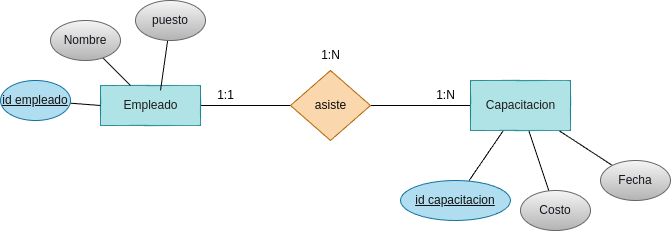
Earlier version of the draw.io export tareas/tarea-3/images/ejercicio10.drawio.png (betancorge/base-datos-2). Source tidied: cells renumbered, new cells last; positions are measured from the earlier drawing's top-left corner, leaving out a move shared by most shapes.
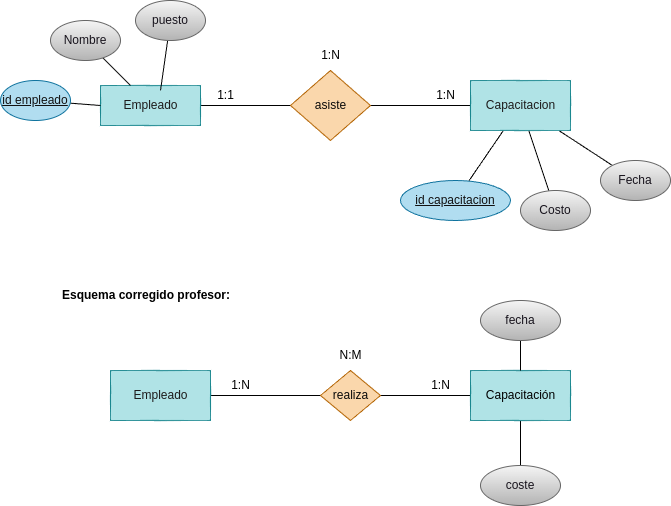
Later version of the same file.

What changed in the source:
```diff
@@ -62,5 +62,44 @@
     <mxCell id="21" value="1:N" style="text;html=1;align=center;verticalAlign=middle;strokeColor=none;fillColor=none;" parent="1" vertex="1">
       <mxGeometry x="425" y="80" width="40" height="30" as="geometry" />
     </mxCell>
+    <mxCell id="22" value="&lt;h1 style=&quot;margin-top: 0px;&quot;&gt;&lt;font style=&quot;font-size: 12px;&quot;&gt;Esquema corregido profesor:&lt;/font&gt;&lt;/h1&gt;" style="text;html=1;whiteSpace=wrap;overflow=hidden;rounded=0;" parent="1" vertex="1">
+      <mxGeometry x="60" y="270" width="190" height="50" as="geometry" />
+    </mxCell>
+    <mxCell id="23" style="edgeStyle=none;html=1;entryX=0;entryY=0.5;entryDx=0;entryDy=0;endArrow=none;endFill=0;" parent="1" edge="1" source="24" target="26">
+      <mxGeometry relative="1" as="geometry" />
+    </mxCell>
+    <mxCell id="24" value="&lt;font color=&quot;#1d1b1b&quot;&gt;Empleado&lt;/font&gt;" style="html=1;dashed=0;whitespace=wrap;fillColor=#b0e3e6;strokeColor=#0e8088;" parent="1" vertex="1">
+      <mxGeometry x="110" y="370" width="100" height="50" as="geometry" />
+    </mxCell>
+    <mxCell id="25" style="edgeStyle=none;html=1;exitX=1;exitY=0.5;exitDx=0;exitDy=0;entryX=0;entryY=0.5;entryDx=0;entryDy=0;endArrow=none;endFill=0;" parent="1" edge="1" source="26" target="28">
+      <mxGeometry relative="1" as="geometry" />
+    </mxCell>
+    <mxCell id="26" value="&lt;font color=&quot;#0a0a0a&quot;&gt;realiza&lt;/font&gt;" style="shape=rhombus;html=1;dashed=0;whitespace=wrap;perimeter=rhombusPerimeter;fillColor=#fad7ac;strokeColor=#b46504;" parent="1" vertex="1">
+      <mxGeometry x="320" y="370" width="60" height="50" as="geometry" />
+    </mxCell>
+    <mxCell id="27" style="edgeStyle=none;html=1;entryX=0.5;entryY=0;entryDx=0;entryDy=0;endArrow=none;endFill=0;" parent="1" edge="1" source="28" target="34">
+      <mxGeometry relative="1" as="geometry" />
+    </mxCell>
+    <mxCell id="28" value="&lt;font color=&quot;#000000&quot;&gt;Capacitación&lt;/font&gt;" style="html=1;dashed=0;whitespace=wrap;fillColor=#b0e3e6;strokeColor=#0e8088;" parent="1" vertex="1">
+      <mxGeometry x="470" y="370" width="100" height="50" as="geometry" />
+    </mxCell>
+    <mxCell id="29" value="1:N" style="text;html=1;align=center;verticalAlign=middle;strokeColor=none;fillColor=none;" parent="1" vertex="1">
+      <mxGeometry x="420" y="370" width="40" height="30" as="geometry" />
+    </mxCell>
+    <mxCell id="30" value="1:N" style="text;html=1;align=center;verticalAlign=middle;strokeColor=none;fillColor=none;" parent="1" vertex="1">
+      <mxGeometry x="220" y="370" width="40" height="30" as="geometry" />
+    </mxCell>
+    <mxCell id="31" value="N:M" style="text;html=1;align=center;verticalAlign=middle;strokeColor=none;fillColor=none;" parent="1" vertex="1">
+      <mxGeometry x="325" y="340" width="50" height="30" as="geometry" />
+    </mxCell>
+    <mxCell id="32" style="edgeStyle=none;html=1;entryX=0.5;entryY=1;entryDx=0;entryDy=0;endArrow=none;endFill=0;exitX=0.5;exitY=0;exitDx=0;exitDy=0;" parent="1" edge="1" source="28" target="33">
+      <mxGeometry relative="1" as="geometry" />
+    </mxCell>
+    <mxCell id="33" value="&lt;font color=&quot;#18141d&quot;&gt;fecha&lt;/font&gt;" style="ellipse;whiteSpace=wrap;html=1;align=center;fillColor=#f5f5f5;gradientColor=#b3b3b3;strokeColor=#666666;" parent="1" vertex="1">
+      <mxGeometry x="480" y="300" width="80" height="40" as="geometry" />
+    </mxCell>
+    <mxCell id="34" value="&lt;font color=&quot;#18141d&quot;&gt;coste&lt;/font&gt;" style="ellipse;whiteSpace=wrap;html=1;align=center;fillColor=#f5f5f5;gradientColor=#b3b3b3;strokeColor=#666666;" parent="1" vertex="1">
+      <mxGeometry x="480" y="465" width="80" height="40" as="geometry" />
+    </mxCell>
   </root>
 </mxGraphModel>
```
